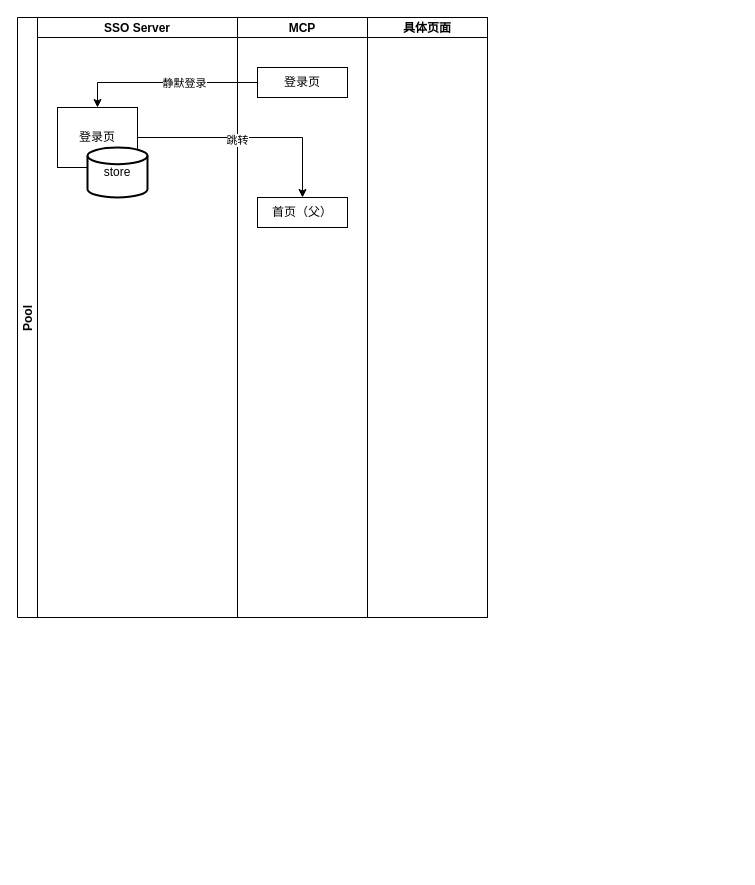
stonefromsky/workflowchart keeps this draw.io diagram as 未命名绘图.drawio. Above is the earlier version. Source tidied: cells renumbered, new cells numbered last; positions are measured from the earlier drawing's top-left corner, leaving out a move shared by most shapes. Both pictures are drawn from the tidied source at 100%, with x=0, y=0 at pixel (17, 17).
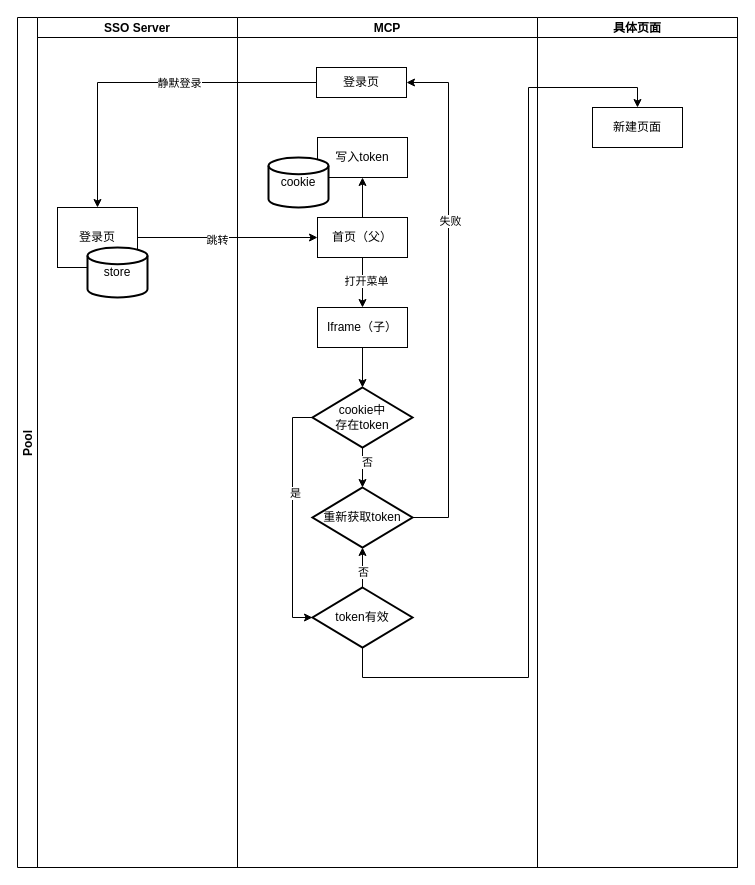
After the change.

Commit message (it also covers changes not shown here):
sso-token

What changed in the source:
```diff
@@
     <mxCell id="2" value="Pool" style="swimlane;startSize=20;horizontal=0;" parent="1" vertex="1">
-      <mxGeometry width="470" height="600" as="geometry" />
+      <mxGeometry width="720" height="850" as="geometry" />
     </mxCell>
     <mxCell id="3" value="SSO Server" style="swimlane;startSize=20;" parent="2" vertex="1">
-      <mxGeometry x="20" width="200" height="600" as="geometry" />
+      <mxGeometry x="20" width="200" height="850" as="geometry" />
     </mxCell>
     <mxCell id="4" value="登录页" style="rounded=0;whiteSpace=wrap;html=1;" parent="3" vertex="1">
-      <mxGeometry x="20" y="90" width="80" height="60" as="geometry" />
+      <mxGeometry x="20" y="190" width="80" height="60" as="geometry" />
     </mxCell>
     <mxCell id="5" value="store" style="strokeWidth=2;html=1;shape=mxgraph.flowchart.database;whiteSpace=wrap;" parent="3" vertex="1">
-      <mxGeometry x="50" y="130" width="60" height="50" as="geometry" />
+      <mxGeometry x="50" y="230" width="60" height="50" as="geometry" />
     </mxCell>
     <mxCell id="6" value="MCP" style="swimlane;startSize=20;" parent="2" vertex="1">
-      <mxGeometry x="220" width="130" height="600" as="geometry" />
+      <mxGeometry x="220" width="300" height="850" as="geometry" />
     </mxCell>
     <mxCell id="7" value="登录页" style="rounded=0;whiteSpace=wrap;html=1;" parent="6" vertex="1">
-      <mxGeometry x="20" y="50" width="90" height="30" as="geometry" />
+      <mxGeometry x="79" y="50" width="90" height="30" as="geometry" />
     </mxCell>
+    <mxCell id="14" style="edgeStyle=orthogonalEdgeStyle;rounded=0;jettySize=auto;html=1;entryX=0.5;entryY=0;entryDx=0;entryDy=0;" parent="6" edge="1" source="8" target="17">
+      <mxGeometry relative="1" as="geometry" />
+    </mxCell>
+    <mxCell id="15" value="打开菜单" style="edgeLabel;html=1;align=center;verticalAlign=middle;" parent="14" vertex="1">
+      <mxGeometry x="-0.08" y="3" relative="1" as="geometry" />
+    </mxCell>
+    <mxCell id="16" style="edgeStyle=orthogonalEdgeStyle;rounded=0;jettySize=auto;html=1;entryX=0.5;entryY=1;entryDx=0;entryDy=0;" parent="6" edge="1" source="8" target="18">
+      <mxGeometry relative="1" as="geometry" />
+    </mxCell>
     <mxCell id="8" value="首页（父）" style="rounded=0;whiteSpace=wrap;html=1;" parent="6" vertex="1">
-      <mxGeometry x="20" y="180" width="90" height="30" as="geometry" />
+      <mxGeometry x="80" y="200" width="90" height="40" as="geometry" />
     </mxCell>
+    <mxCell id="17" value="Iframe（子）" style="rounded=0;whiteSpace=wrap;html=1;" parent="6" vertex="1">
+      <mxGeometry x="80" y="290" width="90" height="40" as="geometry" />
+    </mxCell>
+    <mxCell id="18" value="写入token" style="rounded=0;whiteSpace=wrap;html=1;" parent="6" vertex="1">
+      <mxGeometry x="80" y="120" width="90" height="40" as="geometry" />
+    </mxCell>
+    <mxCell id="19" value="cookie中&lt;br&gt;存在token" style="strokeWidth=2;html=1;shape=mxgraph.flowchart.decision;whiteSpace=wrap;" parent="6" vertex="1">
+      <mxGeometry x="75" y="370" width="100" height="60" as="geometry" />
+    </mxCell>
+    <mxCell id="20" style="edgeStyle=orthogonalEdgeStyle;rounded=0;jettySize=auto;html=1;entryX=0.5;entryY=0;entryDx=0;entryDy=0;entryPerimeter=0;" parent="6" edge="1" source="17" target="19">
+      <mxGeometry relative="1" as="geometry" />
+    </mxCell>
+    <mxCell id="21" value="token有效" style="strokeWidth=2;html=1;shape=mxgraph.flowchart.decision;whiteSpace=wrap;" parent="6" vertex="1">
+      <mxGeometry x="75" y="570" width="100" height="60" as="geometry" />
+    </mxCell>
+    <mxCell id="22" value="cookie" style="strokeWidth=2;html=1;shape=mxgraph.flowchart.database;whiteSpace=wrap;" parent="6" vertex="1">
+      <mxGeometry x="31" y="140" width="60" height="50" as="geometry" />
+    </mxCell>
+    <mxCell id="23" style="edgeStyle=orthogonalEdgeStyle;rounded=0;jettySize=auto;html=1;entryX=1;entryY=0.5;entryDx=0;entryDy=0;exitX=1;exitY=0.5;exitDx=0;exitDy=0;exitPerimeter=0;" parent="6" edge="1" source="25" target="7">
+      <mxGeometry relative="1" as="geometry">
+        <Array as="points">
+          <mxPoint x="211" y="500" />
+          <mxPoint x="211" y="65" />
+        </Array>
+      </mxGeometry>
+    </mxCell>
+    <mxCell id="24" value="失败" style="edgeLabel;html=1;align=center;verticalAlign=middle;" parent="23" vertex="1">
+      <mxGeometry x="0.3" y="-1" relative="1" as="geometry" />
+    </mxCell>
+    <mxCell id="25" value="重新获取token" style="strokeWidth=2;html=1;shape=mxgraph.flowchart.decision;whiteSpace=wrap;" parent="6" vertex="1">
+      <mxGeometry x="75" y="470" width="100" height="60" as="geometry" />
+    </mxCell>
+    <mxCell id="26" style="edgeStyle=orthogonalEdgeStyle;rounded=0;jettySize=auto;html=1;entryX=0.5;entryY=0;entryDx=0;entryDy=0;entryPerimeter=0;" parent="6" edge="1" source="19" target="25">
+      <mxGeometry relative="1" as="geometry" />
+    </mxCell>
+    <mxCell id="27" value="否" style="edgeLabel;html=1;align=center;verticalAlign=middle;" parent="26" vertex="1">
+      <mxGeometry x="-0.28" y="4" relative="1" as="geometry" />
+    </mxCell>
+    <mxCell id="28" style="edgeStyle=orthogonalEdgeStyle;rounded=0;jettySize=auto;html=1;entryX=0;entryY=0.5;entryDx=0;entryDy=0;entryPerimeter=0;exitX=0;exitY=0.5;exitDx=0;exitDy=0;exitPerimeter=0;" parent="6" edge="1" source="19" target="21">
+      <mxGeometry relative="1" as="geometry" />
+    </mxCell>
+    <mxCell id="29" value="是" style="edgeLabel;html=1;align=center;verticalAlign=middle;" parent="28" vertex="1">
+      <mxGeometry x="-0.21" y="2" relative="1" as="geometry" />
+    </mxCell>
+    <mxCell id="30" style="edgeStyle=orthogonalEdgeStyle;rounded=0;jettySize=auto;html=1;entryX=0.5;entryY=1;entryDx=0;entryDy=0;entryPerimeter=0;" parent="6" edge="1" source="21" target="25">
+      <mxGeometry relative="1" as="geometry" />
+    </mxCell>
+    <mxCell id="31" value="否" style="edgeLabel;html=1;align=center;verticalAlign=middle;" parent="30" vertex="1">
+      <mxGeometry x="-0.2" relative="1" as="geometry" />
+    </mxCell>
     <mxCell id="9" value="具体页面" style="swimlane;startSize=20;" parent="2" vertex="1">
-      <mxGeometry x="350" width="120" height="600" as="geometry" />
+      <mxGeometry x="520" width="200" height="850" as="geometry" />
     </mxCell>
+    <mxCell id="32" value="新建页面" style="rounded=0;whiteSpace=wrap;html=1;" parent="9" vertex="1">
+      <mxGeometry x="55" y="90" width="90" height="40" as="geometry" />
+    </mxCell>
@@
-    <mxCell id="12" style="edgeStyle=orthogonalEdgeStyle;rounded=0;jettySize=auto;html=1;entryX=0.5;entryY=0;entryDx=0;entryDy=0;" parent="2" edge="1" source="4" target="8">
+    <mxCell id="12" style="edgeStyle=orthogonalEdgeStyle;rounded=0;jettySize=auto;html=1;entryX=0;entryY=0.5;entryDx=0;entryDy=0;" parent="2" edge="1" source="4" target="8">
       <mxGeometry relative="1" as="geometry" />
     </mxCell>
@@
+    <mxCell id="33" style="edgeStyle=orthogonalEdgeStyle;rounded=0;jettySize=auto;html=1;entryX=0.5;entryY=0;entryDx=0;entryDy=0;exitX=0.5;exitY=1;exitDx=0;exitDy=0;exitPerimeter=0;" parent="2" edge="1" source="21" target="32">
+      <mxGeometry relative="1" as="geometry">
+        <Array as="points">
+          <mxPoint x="345" y="660" />
+          <mxPoint x="511" y="660" />
+          <mxPoint x="511" y="70" />
+          <mxPoint x="620" y="70" />
+        </Array>
+      </mxGeometry>
+    </mxCell>
```
